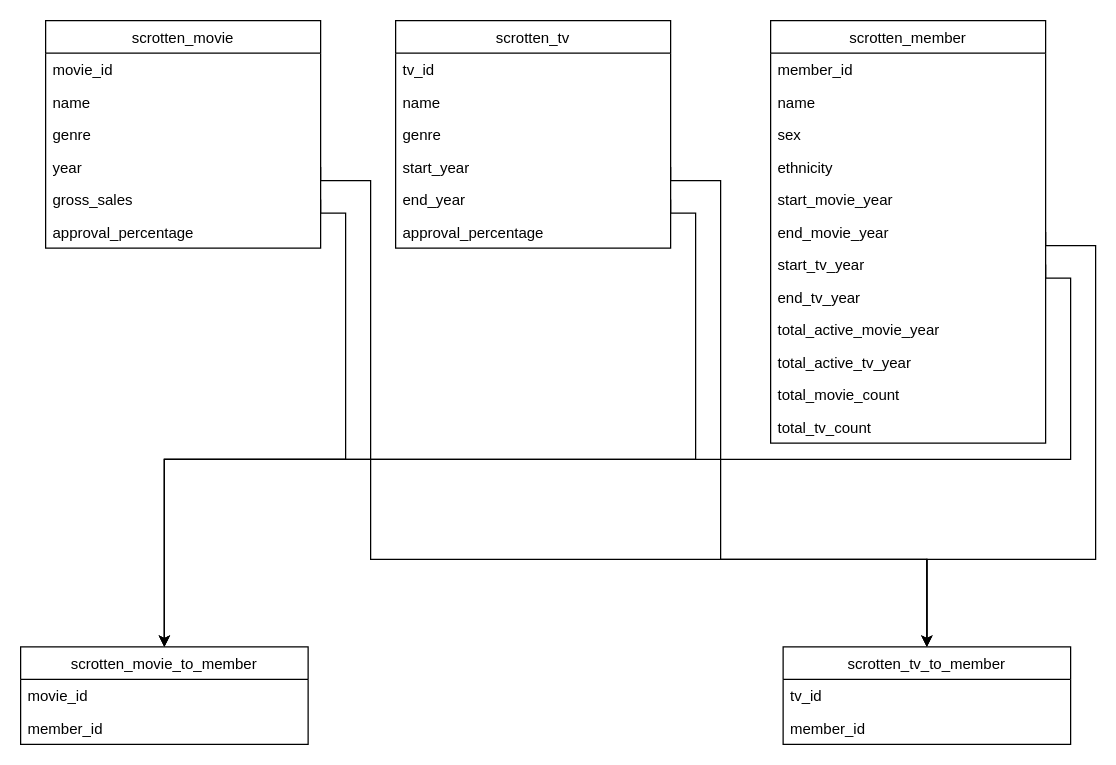
Earlier version of the draw.io diagram design/rotten_scrapper_design.drawio (ctjong27/scrotten_movies). Source tidied: cells renumbered, new cells numbered last; positions are measured from the earlier drawing's top-left corner, leaving out a move shared by most shapes. Both pictures are drawn from the tidied source at 125%, with x=0, y=0 at pixel (20, 20).
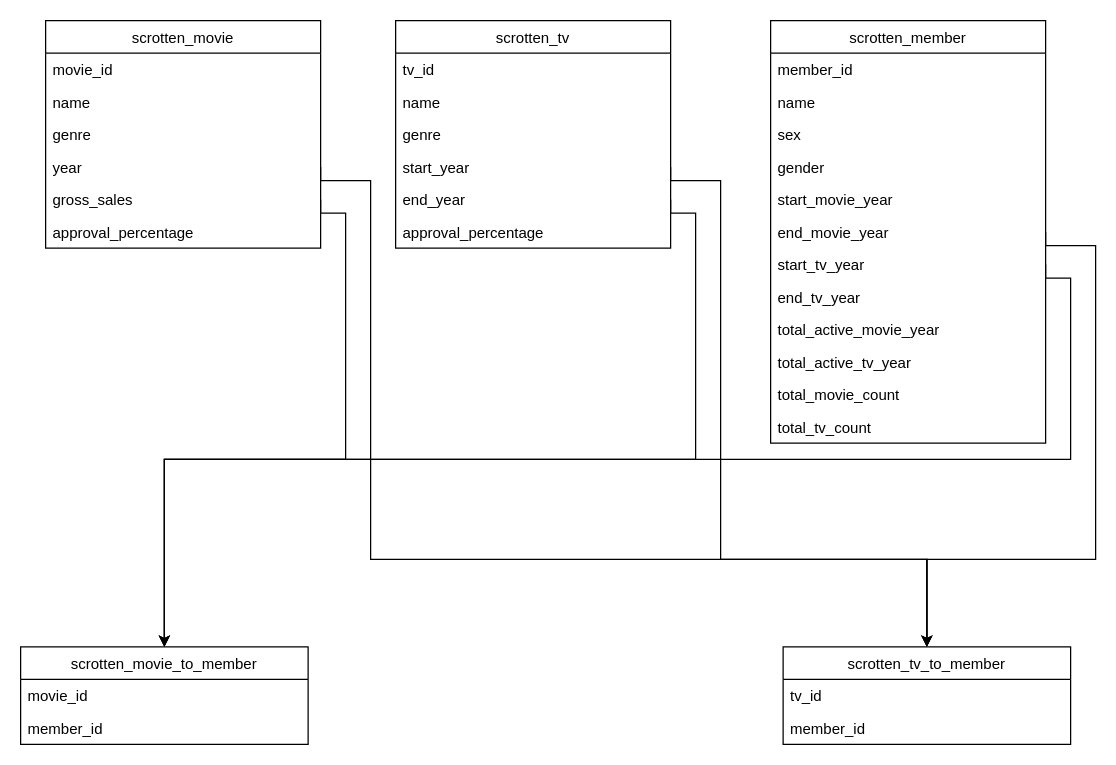
After the change.

The change refers to these unchanged cells:
```xml
<mxCell id="9" value="scrotten_member" style="swimlane;fontStyle=0;horizontal=1;startSize=26;" parent="1" vertex="1">
  <mxGeometry x="600" width="220" height="338" as="geometry" />
</mxCell>
```

Diff of the diagram source:
```diff
@@
-    <mxCell id="13" value="ethnicity" style="text;strokeColor=none;fillColor=none;align=left;verticalAlign=top;spacingLeft=4;spacingRight=4;overflow=hidden;" parent="9" vertex="1">
+    <mxCell id="13" value="gender" style="text;strokeColor=none;fillColor=none;align=left;verticalAlign=top;spacingLeft=4;spacingRight=4;overflow=hidden;" parent="9" vertex="1">
       <mxGeometry y="104" width="220" height="26" as="geometry" />
     </mxCell>
```
